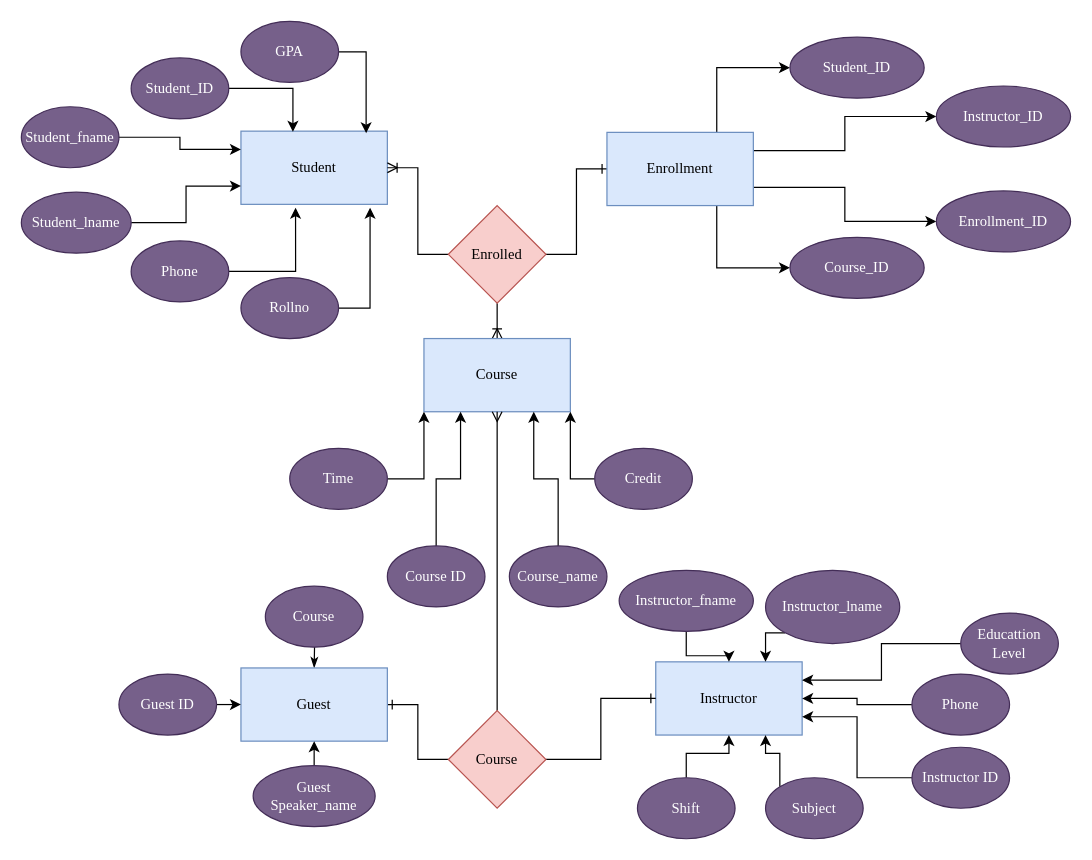
sujalthakuri/database-drawings keeps this draw.io diagram as database.drawio. Above is the earlier version. Source tidied: cells renumbered, new cells numbered last; positions are measured from the earlier drawing's top-left corner, leaving out a move shared by most shapes. Both pictures are drawn from the tidied source at 122%, with x=0, y=0 at pixel (21, 21).
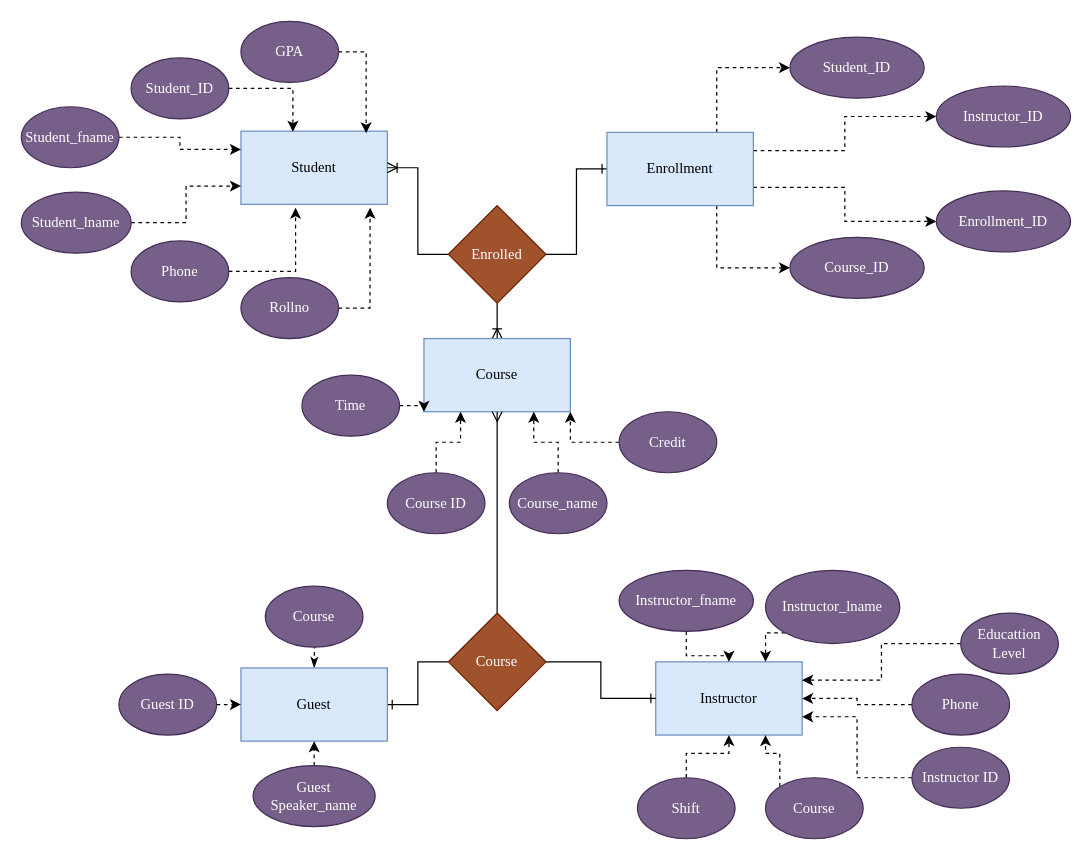
The same diagram, later.

The change refers to these unchanged cells:
```xml
<mxCell id="2" value="Student" style="rounded=0;whiteSpace=wrap;html=1;fillColor=#dae8fc;strokeColor=#6c8ebf;fontFamily=Times New Roman;" parent="1" vertex="1">
  <mxGeometry x="180" y="90" width="120" height="60" as="geometry" />
</mxCell>
<mxCell id="4" value="Student_fname" style="ellipse;whiteSpace=wrap;html=1;fillColor=#76608a;strokeColor=#432D57;fontColor=#ffffff;fontFamily=Times New Roman;" parent="1" vertex="1">
  <mxGeometry y="70" width="80" height="50" as="geometry" />
</mxCell>
<mxCell id="6" value="Phone" style="ellipse;whiteSpace=wrap;html=1;fillColor=#76608a;strokeColor=#432D57;fontColor=#ffffff;fontFamily=Times New Roman;" parent="1" vertex="1">
  <mxGeometry x="90" y="180" width="80" height="50" as="geometry" />
</mxCell>
<mxCell id="8" value="Student_ID" style="ellipse;whiteSpace=wrap;html=1;fillColor=#76608a;strokeColor=#432D57;fontColor=#ffffff;fontFamily=Times New Roman;" parent="1" vertex="1">
  <mxGeometry x="90" y="30" width="80" height="50" as="geometry" />
</mxCell>
<mxCell id="10" value="GPA" style="ellipse;whiteSpace=wrap;html=1;fillColor=#76608a;strokeColor=#432D57;fontColor=#ffffff;fontFamily=Times New Roman;" parent="1" vertex="1">
  <mxGeometry x="180" width="80" height="50" as="geometry" />
</mxCell>
<mxCell id="12" value="Student_lname" style="ellipse;whiteSpace=wrap;html=1;fillColor=#76608a;strokeColor=#432D57;fontColor=#ffffff;fontFamily=Times New Roman;" parent="1" vertex="1">
  <mxGeometry y="140" width="90" height="50" as="geometry" />
</mxCell>
<mxCell id="14" value="Rollno" style="ellipse;whiteSpace=wrap;html=1;fillColor=#76608a;strokeColor=#432D57;fontColor=#ffffff;fontFamily=Times New Roman;" parent="1" vertex="1">
  <mxGeometry x="180" y="210" width="80" height="50" as="geometry" />
</mxCell>
<mxCell id="19" value="Instructor" style="rounded=0;whiteSpace=wrap;html=1;fillColor=#dae8fc;strokeColor=#6c8ebf;fontFamily=Times New Roman;" parent="1" vertex="1">
  <mxGeometry x="520" y="525" width="120" height="60" as="geometry" />
</mxCell>
<mxCell id="21" value="Instructor_fname" style="ellipse;whiteSpace=wrap;html=1;fillColor=#76608a;strokeColor=#432D57;fontColor=#ffffff;fontFamily=Times New Roman;" parent="1" vertex="1">
  <mxGeometry x="490" y="450" width="110" height="50" as="geometry" />
</mxCell>
<mxCell id="23" value="Instructor ID" style="ellipse;whiteSpace=wrap;html=1;fillColor=#76608a;strokeColor=#432D57;fontColor=#ffffff;fontFamily=Times New Roman;" parent="1" vertex="1">
  <mxGeometry x="730" y="595" width="80" height="50" as="geometry" />
</mxCell>
<mxCell id="25" value="Educattion&lt;br&gt;Level" style="ellipse;whiteSpace=wrap;html=1;fillColor=#76608a;strokeColor=#432D57;fontColor=#ffffff;fontFamily=Times New Roman;" parent="1" vertex="1">
  <mxGeometry x="770" y="485" width="80" height="50" as="geometry" />
</mxCell>
<mxCell id="27" value="Instructor_lname" style="ellipse;whiteSpace=wrap;html=1;fillColor=#76608a;strokeColor=#432D57;fontColor=#ffffff;fontFamily=Times New Roman;" parent="1" vertex="1">
  <mxGeometry x="610" y="450" width="110" height="60" as="geometry" />
</mxCell>
<mxCell id="31" value="Shift" style="ellipse;whiteSpace=wrap;html=1;fillColor=#76608a;strokeColor=#432D57;fontColor=#ffffff;fontFamily=Times New Roman;" parent="1" vertex="1">
  <mxGeometry x="505" y="620" width="80" height="50" as="geometry" />
</mxCell>
<mxCell id="32" value="Course" style="rounded=0;whiteSpace=wrap;html=1;fillColor=#dae8fc;strokeColor=#6c8ebf;fontFamily=Times New Roman;" parent="1" vertex="1">
  <mxGeometry x="330" y="260" width="120" height="60" as="geometry" />
</mxCell>
<mxCell id="45" value="Enrollment" style="rounded=0;whiteSpace=wrap;html=1;fillColor=#dae8fc;strokeColor=#6c8ebf;fontFamily=Times New Roman;" parent="1" vertex="1">
  <mxGeometry x="480" y="91" width="120" height="60" as="geometry" />
</mxCell>
<mxCell id="46" value="Enrollment_ID" style="ellipse;whiteSpace=wrap;html=1;fillColor=#76608a;strokeColor=#432D57;fontColor=#ffffff;fontFamily=Times New Roman;" parent="1" vertex="1">
  <mxGeometry x="750" y="139" width="110" height="50" as="geometry" />
</mxCell>
<mxCell id="47" value="Instructor_ID" style="ellipse;whiteSpace=wrap;html=1;fillColor=#76608a;strokeColor=#432D57;fontColor=#ffffff;fontFamily=Times New Roman;" parent="1" vertex="1">
  <mxGeometry x="750" y="53" width="110" height="50" as="geometry" />
</mxCell>
<mxCell id="48" value="Student_ID" style="ellipse;whiteSpace=wrap;html=1;fillColor=#76608a;strokeColor=#432D57;fontColor=#ffffff;fontFamily=Times New Roman;" parent="1" vertex="1">
  <mxGeometry x="630" y="13" width="110" height="50" as="geometry" />
</mxCell>
<mxCell id="49" value="Course_ID" style="ellipse;whiteSpace=wrap;html=1;fillColor=#76608a;strokeColor=#432D57;fontColor=#ffffff;fontFamily=Times New Roman;" parent="1" vertex="1">
  <mxGeometry x="630" y="177" width="110" height="50" as="geometry" />
</mxCell>
<mxCell id="55" value="Guest" style="rounded=0;whiteSpace=wrap;html=1;fillColor=#dae8fc;strokeColor=#6c8ebf;fontFamily=Times New Roman;" parent="1" vertex="1">
  <mxGeometry x="180" y="530" width="120" height="60" as="geometry" />
</mxCell>
<mxCell id="57" value="Guest ID" style="ellipse;whiteSpace=wrap;html=1;fillColor=#76608a;strokeColor=#432D57;fontColor=#ffffff;fontFamily=Times New Roman;" parent="1" vertex="1">
  <mxGeometry x="80" y="535" width="80" height="50" as="geometry" />
</mxCell>
<mxCell id="60" value="Guest&lt;br&gt;Speaker_name" style="ellipse;whiteSpace=wrap;html=1;fillColor=#76608a;strokeColor=#432D57;fontColor=#ffffff;fontFamily=Times New Roman;" parent="1" vertex="1">
  <mxGeometry x="190" y="610" width="100" height="50" as="geometry" />
</mxCell>
<mxCell id="62" value="Phone" style="ellipse;whiteSpace=wrap;html=1;fillColor=#76608a;strokeColor=#432D57;fontColor=#ffffff;fontFamily=Times New Roman;" parent="1" vertex="1">
  <mxGeometry x="730" y="535" width="80" height="50" as="geometry" />
</mxCell>
```

Diff of the diagram source:
```diff
@@
-    <mxCell id="3" style="edgeStyle=orthogonalEdgeStyle;rounded=0;jettySize=auto;html=1;exitX=1;exitY=0.5;exitDx=0;exitDy=0;entryX=0;entryY=0.25;entryDx=0;entryDy=0;fontFamily=Times New Roman;" parent="1" edge="1" source="4" target="2">
+    <mxCell id="3" style="edgeStyle=orthogonalEdgeStyle;rounded=0;jettySize=auto;html=1;exitX=1;exitY=0.5;exitDx=0;exitDy=0;entryX=0;entryY=0.25;entryDx=0;entryDy=0;fontFamily=Times New Roman;dashed=1;" parent="1" edge="1" source="4" target="2">
       <mxGeometry relative="1" as="geometry" />
     </mxCell>
@@
-    <mxCell id="5" style="edgeStyle=orthogonalEdgeStyle;rounded=0;jettySize=auto;html=1;exitX=1;exitY=0.5;exitDx=0;exitDy=0;entryX=0.373;entryY=1.046;entryDx=0;entryDy=0;entryPerimeter=0;fontFamily=Times New Roman;" parent="1" edge="1" source="6" target="2">
+    <mxCell id="5" style="edgeStyle=orthogonalEdgeStyle;rounded=0;jettySize=auto;html=1;exitX=1;exitY=0.5;exitDx=0;exitDy=0;entryX=0.373;entryY=1.046;entryDx=0;entryDy=0;entryPerimeter=0;fontFamily=Times New Roman;dashed=1;" parent="1" edge="1" source="6" target="2">
       <mxGeometry relative="1" as="geometry" />
     </mxCell>
@@
-    <mxCell id="7" style="edgeStyle=orthogonalEdgeStyle;rounded=0;jettySize=auto;html=1;exitX=1;exitY=0.5;exitDx=0;exitDy=0;entryX=0.355;entryY=0.009;entryDx=0;entryDy=0;entryPerimeter=0;fontFamily=Times New Roman;" parent="1" edge="1" source="8" target="2">
+    <mxCell id="7" style="edgeStyle=orthogonalEdgeStyle;rounded=0;jettySize=auto;html=1;exitX=1;exitY=0.5;exitDx=0;exitDy=0;entryX=0.355;entryY=0.009;entryDx=0;entryDy=0;entryPerimeter=0;fontFamily=Times New Roman;dashed=1;" parent="1" edge="1" source="8" target="2">
       <mxGeometry relative="1" as="geometry" />
     </mxCell>
@@
-    <mxCell id="9" style="edgeStyle=orthogonalEdgeStyle;rounded=0;jettySize=auto;html=1;exitX=1;exitY=0.5;exitDx=0;exitDy=0;entryX=0.855;entryY=0.028;entryDx=0;entryDy=0;entryPerimeter=0;fontFamily=Times New Roman;" parent="1" edge="1" source="10" target="2">
+    <mxCell id="9" style="edgeStyle=orthogonalEdgeStyle;rounded=0;jettySize=auto;html=1;exitX=1;exitY=0.5;exitDx=0;exitDy=0;entryX=0.855;entryY=0.028;entryDx=0;entryDy=0;entryPerimeter=0;fontFamily=Times New Roman;dashed=1;" parent="1" edge="1" source="10" target="2">
       <mxGeometry relative="1" as="geometry" />
     </mxCell>
@@
-    <mxCell id="11" style="edgeStyle=orthogonalEdgeStyle;rounded=0;jettySize=auto;html=1;exitX=1;exitY=0.5;exitDx=0;exitDy=0;entryX=0;entryY=0.75;entryDx=0;entryDy=0;fontFamily=Times New Roman;" parent="1" edge="1" source="12" target="2">
+    <mxCell id="11" style="edgeStyle=orthogonalEdgeStyle;rounded=0;jettySize=auto;html=1;exitX=1;exitY=0.5;exitDx=0;exitDy=0;entryX=0;entryY=0.75;entryDx=0;entryDy=0;fontFamily=Times New Roman;dashed=1;" parent="1" edge="1" source="12" target="2">
       <mxGeometry relative="1" as="geometry" />
     </mxCell>
@@
-    <mxCell id="13" style="edgeStyle=orthogonalEdgeStyle;rounded=0;jettySize=auto;html=1;exitX=1;exitY=0.5;exitDx=0;exitDy=0;entryX=0.882;entryY=1.046;entryDx=0;entryDy=0;entryPerimeter=0;fontFamily=Times New Roman;" parent="1" edge="1" source="14" target="2">
+    <mxCell id="13" style="edgeStyle=orthogonalEdgeStyle;rounded=0;jettySize=auto;html=1;exitX=1;exitY=0.5;exitDx=0;exitDy=0;entryX=0.882;entryY=1.046;entryDx=0;entryDy=0;entryPerimeter=0;fontFamily=Times New Roman;dashed=1;" parent="1" edge="1" source="14" target="2">
       <mxGeometry relative="1" as="geometry" />
     </mxCell>
@@
-    <mxCell id="18" value="Enrolled" style="rhombus;whiteSpace=wrap;html=1;fillColor=#f8cecc;strokeColor=#b85450;fontFamily=Times New Roman;" parent="1" vertex="1">
+    <mxCell id="18" value="Enrolled" style="rhombus;whiteSpace=wrap;html=1;fillColor=#a0522d;strokeColor=#6D1F00;fontFamily=Times New Roman;fontColor=#ffffff;" parent="1" vertex="1">
       <mxGeometry x="350" y="151" width="80" height="80" as="geometry" />
     </mxCell>
@@
-    <mxCell id="20" style="edgeStyle=orthogonalEdgeStyle;rounded=0;jettySize=auto;html=1;exitX=0.5;exitY=1;exitDx=0;exitDy=0;entryX=0.5;entryY=0;entryDx=0;entryDy=0;fontFamily=Times New Roman;" parent="1" edge="1" source="21" target="19">
+    <mxCell id="20" style="edgeStyle=orthogonalEdgeStyle;rounded=0;jettySize=auto;html=1;exitX=0.5;exitY=1;exitDx=0;exitDy=0;entryX=0.5;entryY=0;entryDx=0;entryDy=0;fontFamily=Times New Roman;dashed=1;" parent="1" edge="1" source="21" target="19">
       <mxGeometry relative="1" as="geometry" />
     </mxCell>
@@
-    <mxCell id="22" style="edgeStyle=orthogonalEdgeStyle;rounded=0;jettySize=auto;html=1;exitX=0;exitY=0.5;exitDx=0;exitDy=0;entryX=1;entryY=0.75;entryDx=0;entryDy=0;fontFamily=Times New Roman;" parent="1" edge="1" source="23" target="19">
+    <mxCell id="22" style="edgeStyle=orthogonalEdgeStyle;rounded=0;jettySize=auto;html=1;exitX=0;exitY=0.5;exitDx=0;exitDy=0;entryX=1;entryY=0.75;entryDx=0;entryDy=0;fontFamily=Times New Roman;dashed=1;" parent="1" edge="1" source="23" target="19">
       <mxGeometry relative="1" as="geometry" />
     </mxCell>
@@
-    <mxCell id="24" style="edgeStyle=orthogonalEdgeStyle;rounded=0;jettySize=auto;html=1;exitX=0;exitY=0.5;exitDx=0;exitDy=0;entryX=1;entryY=0.25;entryDx=0;entryDy=0;fontFamily=Times New Roman;" parent="1" edge="1" source="25" target="19">
+    <mxCell id="24" style="edgeStyle=orthogonalEdgeStyle;rounded=0;jettySize=auto;html=1;exitX=0;exitY=0.5;exitDx=0;exitDy=0;entryX=1;entryY=0.25;entryDx=0;entryDy=0;fontFamily=Times New Roman;dashed=1;" parent="1" edge="1" source="25" target="19">
       <mxGeometry relative="1" as="geometry" />
     </mxCell>
@@
-    <mxCell id="26" style="edgeStyle=orthogonalEdgeStyle;rounded=0;jettySize=auto;html=1;exitX=0;exitY=1;exitDx=0;exitDy=0;entryX=0.75;entryY=0;entryDx=0;entryDy=0;fontFamily=Times New Roman;" parent="1" edge="1" source="27" target="19">
+    <mxCell id="26" style="edgeStyle=orthogonalEdgeStyle;rounded=0;jettySize=auto;html=1;exitX=0;exitY=1;exitDx=0;exitDy=0;entryX=0.75;entryY=0;entryDx=0;entryDy=0;fontFamily=Times New Roman;dashed=1;" parent="1" edge="1" source="27" target="19">
       <mxGeometry relative="1" as="geometry" />
     </mxCell>
@@
-    <mxCell id="28" style="edgeStyle=orthogonalEdgeStyle;rounded=0;jettySize=auto;html=1;exitX=0;exitY=0;exitDx=0;exitDy=0;entryX=0.75;entryY=1;entryDx=0;entryDy=0;fontFamily=Times New Roman;" parent="1" edge="1" source="29" target="19">
+    <mxCell id="28" style="edgeStyle=orthogonalEdgeStyle;rounded=0;jettySize=auto;html=1;exitX=0;exitY=0;exitDx=0;exitDy=0;entryX=0.75;entryY=1;entryDx=0;entryDy=0;fontFamily=Times New Roman;dashed=1;" parent="1" edge="1" source="29" target="19">
       <mxGeometry relative="1" as="geometry" />
     </mxCell>
-    <mxCell id="29" value="Subject" style="ellipse;whiteSpace=wrap;html=1;fillColor=#76608a;strokeColor=#432D57;fontColor=#ffffff;fontFamily=Times New Roman;" parent="1" vertex="1">
+    <mxCell id="29" value="Course" style="ellipse;whiteSpace=wrap;html=1;fillColor=#76608a;strokeColor=#432D57;fontColor=#ffffff;fontFamily=Times New Roman;" parent="1" vertex="1">
       <mxGeometry x="610" y="620" width="80" height="50" as="geometry" />
     </mxCell>
-    <mxCell id="30" style="edgeStyle=orthogonalEdgeStyle;rounded=0;jettySize=auto;html=1;exitX=0.5;exitY=0;exitDx=0;exitDy=0;entryX=0.5;entryY=1;entryDx=0;entryDy=0;fontFamily=Times New Roman;" parent="1" edge="1" source="31" target="19">
+    <mxCell id="30" style="edgeStyle=orthogonalEdgeStyle;rounded=0;jettySize=auto;html=1;exitX=0.5;exitY=0;exitDx=0;exitDy=0;entryX=0.5;entryY=1;entryDx=0;entryDy=0;fontFamily=Times New Roman;dashed=1;" parent="1" edge="1" source="31" target="19">
       <mxGeometry relative="1" as="geometry" />
     </mxCell>
@@
-    <mxCell id="33" style="edgeStyle=orthogonalEdgeStyle;rounded=0;jettySize=auto;html=1;exitX=0.5;exitY=0;exitDx=0;exitDy=0;entryX=0.25;entryY=1;entryDx=0;entryDy=0;fontFamily=Times New Roman;" parent="1" edge="1" source="34" target="32">
+    <mxCell id="33" style="edgeStyle=orthogonalEdgeStyle;rounded=0;jettySize=auto;html=1;exitX=0.5;exitY=0;exitDx=0;exitDy=0;entryX=0.25;entryY=1;entryDx=0;entryDy=0;fontFamily=Times New Roman;dashed=1;" parent="1" edge="1" source="34" target="32">
       <mxGeometry relative="1" as="geometry" />
     </mxCell>
     <mxCell id="34" value="Course ID" style="ellipse;whiteSpace=wrap;html=1;fillColor=#76608a;strokeColor=#432D57;fontColor=#ffffff;fontFamily=Times New Roman;" parent="1" vertex="1">
-      <mxGeometry x="300" y="430" width="80" height="50" as="geometry" />
+      <mxGeometry x="300" y="370" width="80" height="50" as="geometry" />
     </mxCell>
-    <mxCell id="35" style="edgeStyle=orthogonalEdgeStyle;rounded=0;jettySize=auto;html=1;exitX=1;exitY=0.5;exitDx=0;exitDy=0;entryX=0;entryY=1;entryDx=0;entryDy=0;fontFamily=Times New Roman;" parent="1" edge="1" source="36" target="32">
+    <mxCell id="35" style="edgeStyle=orthogonalEdgeStyle;rounded=0;jettySize=auto;html=1;exitX=1;exitY=0.5;exitDx=0;exitDy=0;entryX=0;entryY=1;entryDx=0;entryDy=0;fontFamily=Times New Roman;dashed=1;" parent="1" edge="1" source="36" target="32">
       <mxGeometry relative="1" as="geometry" />
     </mxCell>
     <mxCell id="36" value="Time" style="ellipse;whiteSpace=wrap;html=1;fillColor=#76608a;strokeColor=#432D57;fontColor=#ffffff;fontFamily=Times New Roman;" parent="1" vertex="1">
-      <mxGeometry x="220" y="350" width="80" height="50" as="geometry" />
+      <mxGeometry x="230" y="290" width="80" height="50" as="geometry" />
     </mxCell>
-    <mxCell id="37" style="edgeStyle=orthogonalEdgeStyle;rounded=0;jettySize=auto;html=1;exitX=0.5;exitY=0;exitDx=0;exitDy=0;entryX=0.75;entryY=1;entryDx=0;entryDy=0;fontFamily=Times New Roman;" parent="1" edge="1" source="38" target="32">
+    <mxCell id="37" style="edgeStyle=orthogonalEdgeStyle;rounded=0;jettySize=auto;html=1;exitX=0.5;exitY=0;exitDx=0;exitDy=0;entryX=0.75;entryY=1;entryDx=0;entryDy=0;fontFamily=Times New Roman;dashed=1;" parent="1" edge="1" source="38" target="32">
       <mxGeometry relative="1" as="geometry" />
     </mxCell>
     <mxCell id="38" value="Course_name" style="ellipse;whiteSpace=wrap;html=1;fillColor=#76608a;strokeColor=#432D57;fontColor=#ffffff;fontFamily=Times New Roman;" parent="1" vertex="1">
-      <mxGeometry x="400" y="430" width="80" height="50" as="geometry" />
+      <mxGeometry x="400" y="370" width="80" height="50" as="geometry" />
     </mxCell>
-    <mxCell id="39" style="edgeStyle=orthogonalEdgeStyle;rounded=0;jettySize=auto;html=1;exitX=0;exitY=0.5;exitDx=0;exitDy=0;entryX=1;entryY=1;entryDx=0;entryDy=0;fontFamily=Times New Roman;" parent="1" edge="1" source="40" target="32">
+    <mxCell id="39" style="edgeStyle=orthogonalEdgeStyle;rounded=0;jettySize=auto;html=1;exitX=0;exitY=0.5;exitDx=0;exitDy=0;entryX=1;entryY=1;entryDx=0;entryDy=0;fontFamily=Times New Roman;dashed=1;" parent="1" edge="1" source="40" target="32">
       <mxGeometry relative="1" as="geometry" />
     </mxCell>
     <mxCell id="40" value="Credit" style="ellipse;whiteSpace=wrap;html=1;fillColor=#76608a;strokeColor=#432D57;fontColor=#ffffff;fontFamily=Times New Roman;" parent="1" vertex="1">
-      <mxGeometry x="470" y="350" width="80" height="50" as="geometry" />
+      <mxGeometry x="490" y="320" width="80" height="50" as="geometry" />
     </mxCell>
-    <mxCell id="41" style="edgeStyle=orthogonalEdgeStyle;rounded=0;jettySize=auto;html=1;exitX=0.75;exitY=0;exitDx=0;exitDy=0;entryX=0;entryY=0.5;entryDx=0;entryDy=0;fontFamily=Times New Roman;" parent="1" edge="1" source="45" target="48">
+    <mxCell id="41" style="edgeStyle=orthogonalEdgeStyle;rounded=0;jettySize=auto;html=1;exitX=0.75;exitY=0;exitDx=0;exitDy=0;entryX=0;entryY=0.5;entryDx=0;entryDy=0;fontFamily=Times New Roman;dashed=1;" parent="1" edge="1" source="45" target="48">
       <mxGeometry relative="1" as="geometry" />
     </mxCell>
-    <mxCell id="42" style="edgeStyle=orthogonalEdgeStyle;rounded=0;jettySize=auto;html=1;exitX=1;exitY=0.25;exitDx=0;exitDy=0;entryX=0;entryY=0.5;entryDx=0;entryDy=0;fontFamily=Times New Roman;" parent="1" edge="1" source="45" target="47">
+    <mxCell id="42" style="edgeStyle=orthogonalEdgeStyle;rounded=0;jettySize=auto;html=1;exitX=1;exitY=0.25;exitDx=0;exitDy=0;entryX=0;entryY=0.5;entryDx=0;entryDy=0;fontFamily=Times New Roman;dashed=1;" parent="1" edge="1" source="45" target="47">
       <mxGeometry relative="1" as="geometry" />
     </mxCell>
-    <mxCell id="43" style="edgeStyle=orthogonalEdgeStyle;rounded=0;jettySize=auto;html=1;exitX=1;exitY=0.75;exitDx=0;exitDy=0;entryX=0;entryY=0.5;entryDx=0;entryDy=0;fontFamily=Times New Roman;" parent="1" edge="1" source="45" target="46">
+    <mxCell id="43" style="edgeStyle=orthogonalEdgeStyle;rounded=0;jettySize=auto;html=1;exitX=1;exitY=0.75;exitDx=0;exitDy=0;entryX=0;entryY=0.5;entryDx=0;entryDy=0;fontFamily=Times New Roman;dashed=1;" parent="1" edge="1" source="45" target="46">
       <mxGeometry relative="1" as="geometry" />
     </mxCell>
-    <mxCell id="44" style="edgeStyle=orthogonalEdgeStyle;rounded=0;jettySize=auto;html=1;exitX=0.75;exitY=1;exitDx=0;exitDy=0;entryX=0;entryY=0.5;entryDx=0;entryDy=0;fontFamily=Times New Roman;" parent="1" edge="1" source="45" target="49">
+    <mxCell id="44" style="edgeStyle=orthogonalEdgeStyle;rounded=0;jettySize=auto;html=1;exitX=0.75;exitY=1;exitDx=0;exitDy=0;entryX=0;entryY=0.5;entryDx=0;entryDy=0;fontFamily=Times New Roman;dashed=1;" parent="1" edge="1" source="45" target="49">
       <mxGeometry relative="1" as="geometry" />
     </mxCell>
@@
-    <mxCell id="52" style="edgeStyle=orthogonalEdgeStyle;rounded=0;jettySize=auto;html=1;exitX=0.5;exitY=1;exitDx=0;exitDy=0;entryX=0.5;entryY=0;entryDx=0;entryDy=0;endArrow=classicThin;endFill=1;fontFamily=Times New Roman;" parent="1" edge="1" target="55">
+    <mxCell id="52" style="edgeStyle=orthogonalEdgeStyle;rounded=0;jettySize=auto;html=1;exitX=0.5;exitY=1;exitDx=0;exitDy=0;entryX=0.5;entryY=0;entryDx=0;entryDy=0;endArrow=classicThin;endFill=1;fontFamily=Times New Roman;dashed=1;" parent="1" edge="1" target="55">
       <mxGeometry relative="1" as="geometry">
         <mxPoint x="240" y="475" as="sourcePoint" />
       </mxGeometry>
     </mxCell>
@@
-    <mxCell id="54" value="Course" style="rhombus;whiteSpace=wrap;html=1;fillColor=#f8cecc;strokeColor=#b85450;fontFamily=Times New Roman;" parent="1" vertex="1">
-      <mxGeometry x="350" y="565" width="80" height="80" as="geometry" />
+    <mxCell id="54" value="Course" style="rhombus;whiteSpace=wrap;html=1;fillColor=#a0522d;strokeColor=#6D1F00;fontFamily=Times New Roman;fontColor=#ffffff;" parent="1" vertex="1">
+      <mxGeometry x="350" y="485" width="80" height="80" as="geometry" />
     </mxCell>
@@
-    <mxCell id="56" style="edgeStyle=orthogonalEdgeStyle;rounded=0;jettySize=auto;html=1;exitX=1;exitY=0.5;exitDx=0;exitDy=0;entryX=0;entryY=0.5;entryDx=0;entryDy=0;fontFamily=Times New Roman;" parent="1" edge="1" source="57" target="55">
+    <mxCell id="56" style="edgeStyle=orthogonalEdgeStyle;rounded=0;jettySize=auto;html=1;exitX=1;exitY=0.5;exitDx=0;exitDy=0;entryX=0;entryY=0.5;entryDx=0;entryDy=0;fontFamily=Times New Roman;dashed=1;" parent="1" edge="1" source="57" target="55">
       <mxGeometry relative="1" as="geometry" />
     </mxCell>
@@
-    <mxCell id="59" style="edgeStyle=orthogonalEdgeStyle;rounded=0;jettySize=auto;html=1;exitX=0.5;exitY=0;exitDx=0;exitDy=0;entryX=0.5;entryY=1;entryDx=0;entryDy=0;fontFamily=Times New Roman;" parent="1" edge="1" source="60" target="55">
+    <mxCell id="59" style="edgeStyle=orthogonalEdgeStyle;rounded=0;jettySize=auto;html=1;exitX=0.5;exitY=0;exitDx=0;exitDy=0;entryX=0.5;entryY=1;entryDx=0;entryDy=0;fontFamily=Times New Roman;dashed=1;" parent="1" edge="1" source="60" target="55">
       <mxGeometry relative="1" as="geometry" />
     </mxCell>
@@
-    <mxCell id="61" style="edgeStyle=orthogonalEdgeStyle;rounded=0;jettySize=auto;html=1;exitX=0;exitY=0.5;exitDx=0;exitDy=0;entryX=1;entryY=0.5;entryDx=0;entryDy=0;fontFamily=Times New Roman;" parent="1" edge="1" source="62" target="19">
+    <mxCell id="61" style="edgeStyle=orthogonalEdgeStyle;rounded=0;jettySize=auto;html=1;exitX=0;exitY=0.5;exitDx=0;exitDy=0;entryX=1;entryY=0.5;entryDx=0;entryDy=0;fontFamily=Times New Roman;dashed=1;" parent="1" edge="1" source="62" target="19">
       <mxGeometry relative="1" as="geometry" />
     </mxCell>
```
